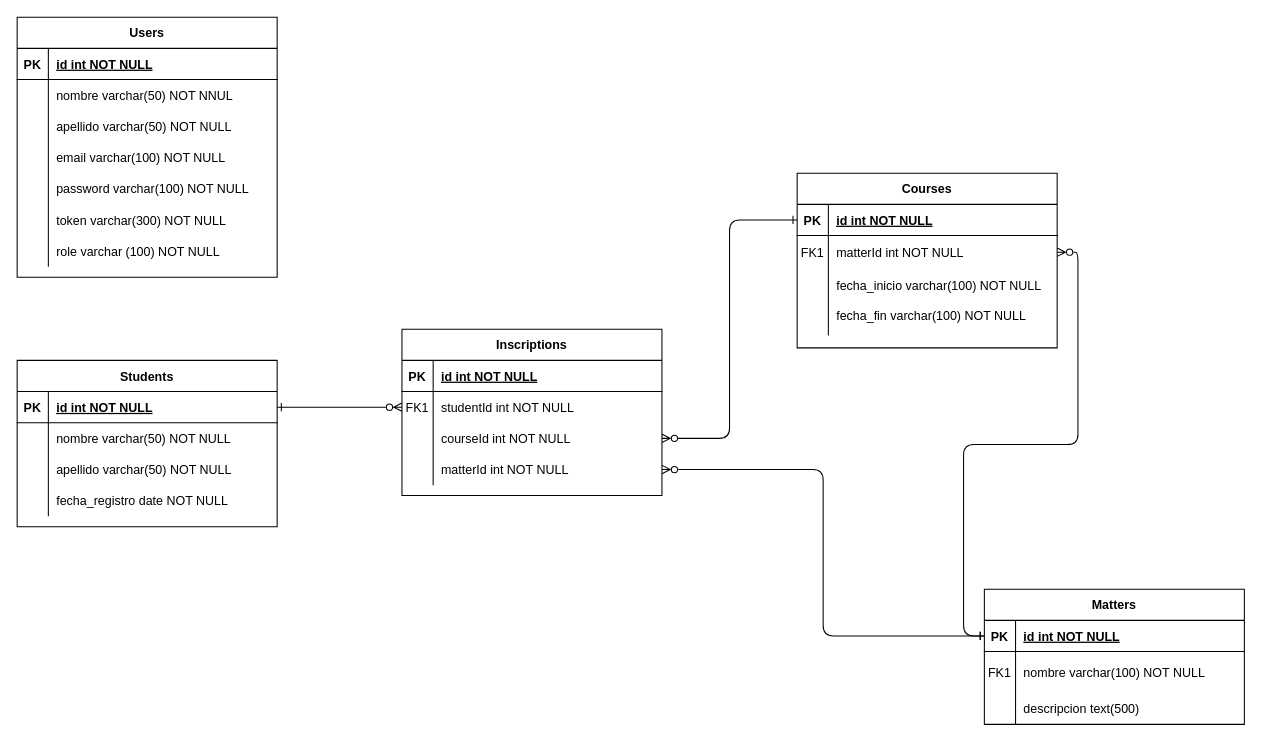
Before: database/docs.drawio in josuebaez61/41190-dashboard, a draw.io diagram. Source tidied: cells renumbered, new cells numbered last; positions are measured from the earlier drawing's top-left corner, leaving out a move shared by most shapes. Both pictures are drawn from the tidied source at 104%, with x=0, y=0 at pixel (17, 17).
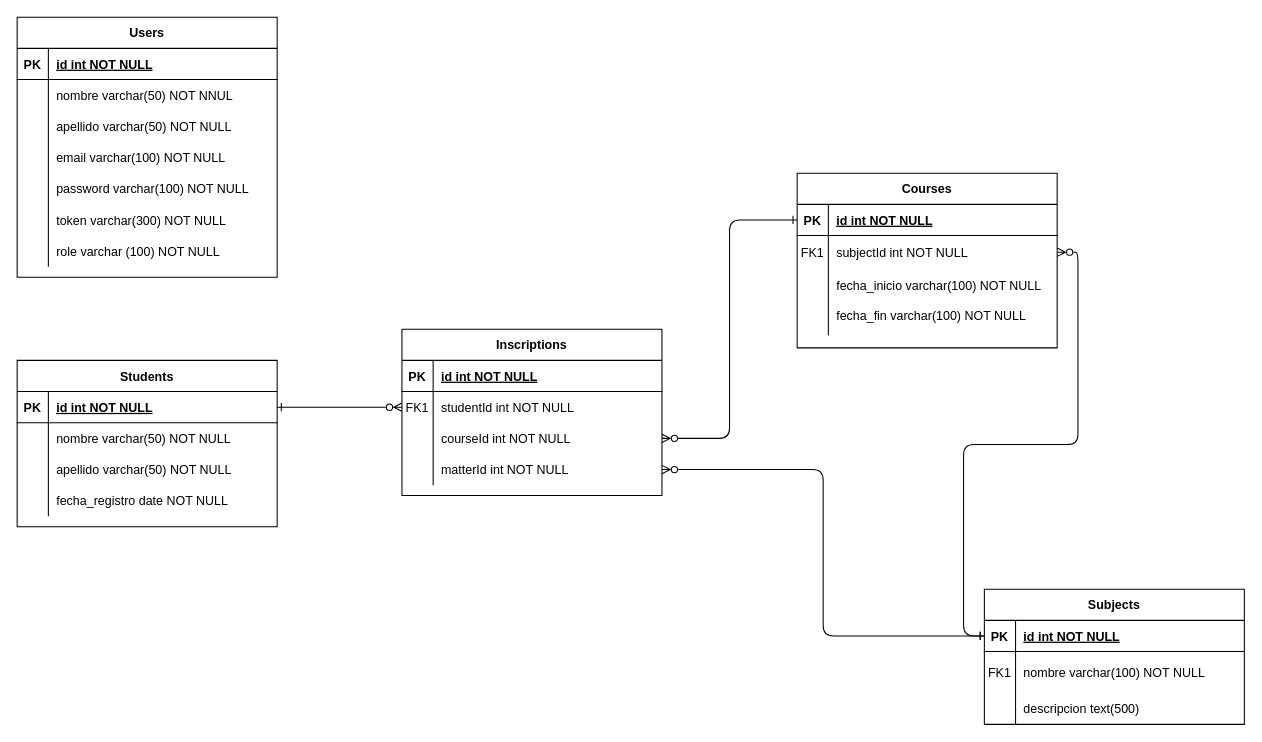
The same page after the edit.

The change refers to these unchanged cells:
```xml
<mxCell id="6" style="shape=partialRectangle;fillColor=none;points=[[0,0.5],[1,0.5]];portConstraint=eastwest;top=0;left=0;right=0;bottom=0;" parent="2" vertex="1">
  <mxGeometry y="60" width="250" height="32" as="geometry" />
</mxCell>
```

The edit, as a diff of the source:
```diff
@@
-    <mxCell id="8" value="matterId int NOT NULL" style="shape=partialRectangle;overflow=hidden;fillColor=none;top=0;left=0;bottom=0;right=0;align=left;spacingLeft=6;verticalAlign=middle;" parent="6" vertex="1">
+    <mxCell id="8" value="subjectId int NOT NULL" style="shape=partialRectangle;overflow=hidden;fillColor=none;top=0;left=0;bottom=0;right=0;align=left;spacingLeft=6;verticalAlign=middle;" parent="6" vertex="1">
       <mxGeometry x="30" width="220" height="32" as="geometry" />
     </mxCell>
@@
-    <mxCell id="16" value="Matters" style="shape=table;startSize=30;childLayout=tableLayout;rowLines=0;fontStyle=1;align=center;" parent="1" vertex="1">
+    <mxCell id="16" value="Subjects" style="shape=table;startSize=30;childLayout=tableLayout;rowLines=0;fontStyle=1;align=center;" parent="1" vertex="1">
       <mxGeometry x="930" y="550" width="250" height="130" as="geometry" />
     </mxCell>
```
